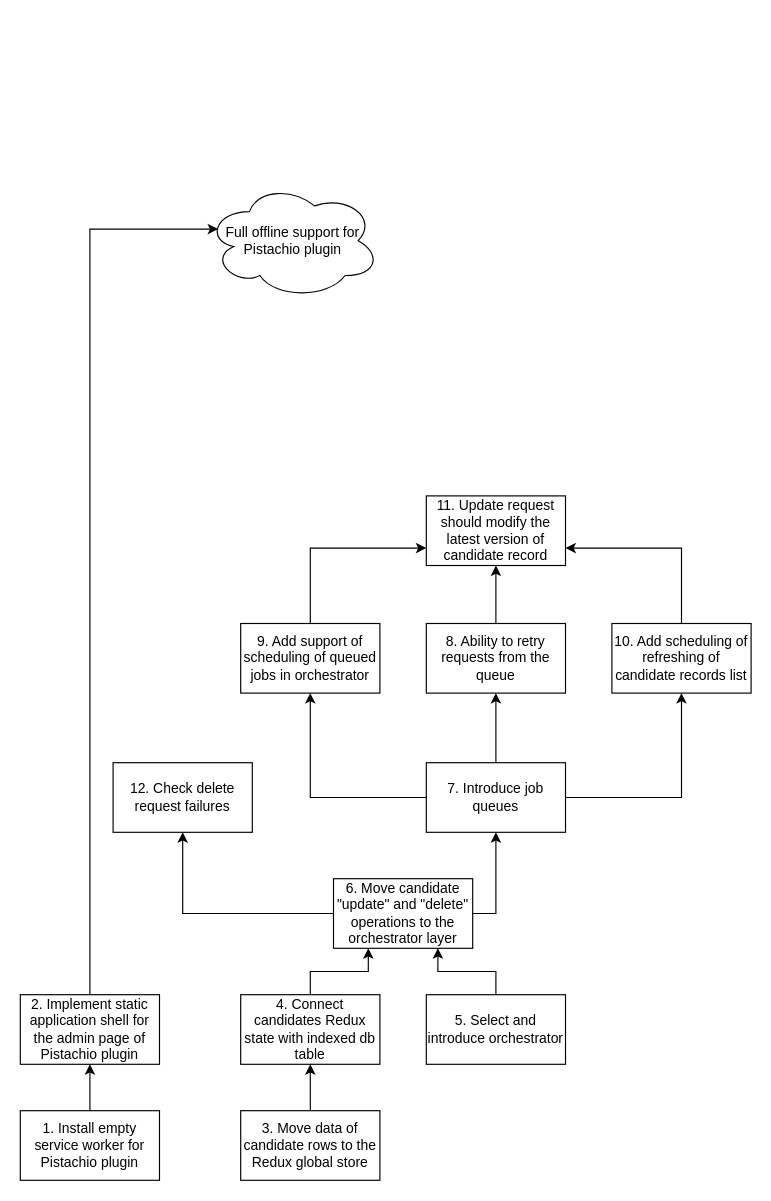
This is high-level/tasks_planning.drawio from AlexeyPopovUA/a8c-diagrams, a draw.io file, before an edit. Source tidied: cells renumbered, new cells numbered last; positions are measured from the earlier drawing's top-left corner, leaving out a move shared by most shapes. Both pictures are drawn from the tidied source at 116%, with x=0, y=0 at pixel (20, 182).
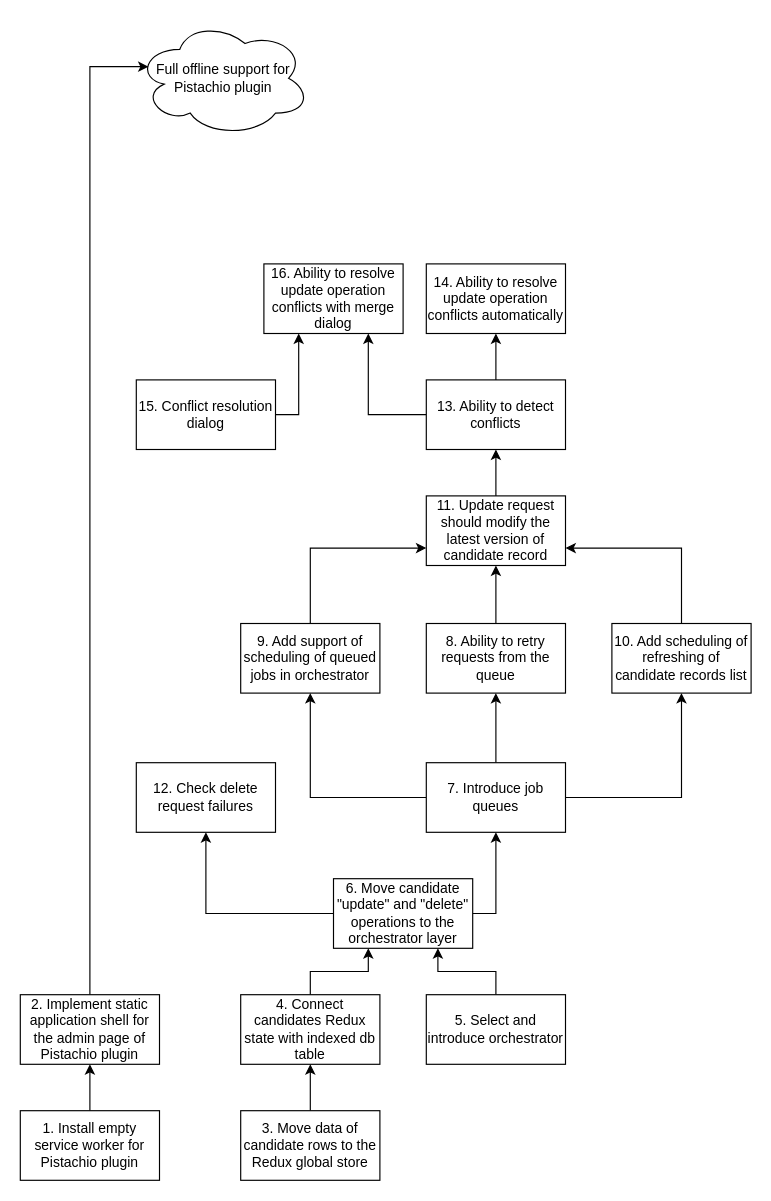
After the change.

Unchanged cells that the change refers to:
```xml
<mxCell id="6" value="2. Implement static application shell for the admin page of Pistachio plugin" style="rounded=0;whiteSpace=wrap;html=1;" parent="1" vertex="1">
  <mxGeometry y="700" width="120" height="60" as="geometry" />
</mxCell>
<mxCell id="26" value="11. Update request should modify the latest version of candidate record" style="rounded=0;whiteSpace=wrap;html=1;" parent="1" vertex="1">
  <mxGeometry x="350" y="270" width="120" height="60" as="geometry" />
</mxCell>
```

Change to the diagram source:
```diff
@@
     <mxCell id="2" value="Full offline support for Pistachio plugin" style="ellipse;shape=cloud;whiteSpace=wrap;html=1;" parent="1" vertex="1">
-      <mxGeometry x="160" width="150" height="100" as="geometry" />
+      <mxGeometry x="100" y="-140" width="150" height="100" as="geometry" />
     </mxCell>
@@
     <mxCell id="5" style="edgeStyle=orthogonalEdgeStyle;rounded=0;jettySize=auto;html=1;entryX=0.07;entryY=0.4;entryDx=0;entryDy=0;entryPerimeter=0;exitX=0.5;exitY=0;exitDx=0;exitDy=0;" parent="1" edge="1" source="6" target="2">
       <mxGeometry relative="1" as="geometry">
         <Array as="points">
-          <mxPoint x="60" y="40" />
+          <mxPoint x="60" y="-100" />
         </Array>
       </mxGeometry>
     </mxCell>
@@
+    <mxCell id="28" style="edgeStyle=orthogonalEdgeStyle;rounded=0;jettySize=auto;html=1;entryX=0.5;entryY=1;entryDx=0;entryDy=0;" parent="1" edge="1" source="26" target="31">
+      <mxGeometry relative="1" as="geometry" />
+    </mxCell>
@@
     <mxCell id="27" value="12. Check delete request failures" style="rounded=0;whiteSpace=wrap;html=1;" parent="1" vertex="1">
-      <mxGeometry x="80" y="500" width="120" height="60" as="geometry" />
+      <mxGeometry x="100" y="500" width="120" height="60" as="geometry" />
     </mxCell>
+    <mxCell id="29" style="edgeStyle=orthogonalEdgeStyle;rounded=0;jettySize=auto;html=1;entryX=0.5;entryY=1;entryDx=0;entryDy=0;" parent="1" edge="1" source="31" target="32">
+      <mxGeometry relative="1" as="geometry" />
+    </mxCell>
+    <mxCell id="30" style="edgeStyle=orthogonalEdgeStyle;rounded=0;jettySize=auto;html=1;entryX=0.75;entryY=1;entryDx=0;entryDy=0;" parent="1" edge="1" source="31" target="35">
+      <mxGeometry relative="1" as="geometry" />
+    </mxCell>
+    <mxCell id="31" value="13. Ability to detect conflicts" style="rounded=0;whiteSpace=wrap;html=1;" parent="1" vertex="1">
+      <mxGeometry x="350" y="170" width="120" height="60" as="geometry" />
+    </mxCell>
+    <mxCell id="32" value="14. Ability to resolve update operation conflicts automatically" style="rounded=0;whiteSpace=wrap;html=1;" parent="1" vertex="1">
+      <mxGeometry x="350" y="70" width="120" height="60" as="geometry" />
+    </mxCell>
+    <mxCell id="33" style="edgeStyle=orthogonalEdgeStyle;rounded=0;jettySize=auto;html=1;entryX=0.25;entryY=1;entryDx=0;entryDy=0;exitX=1;exitY=0.5;exitDx=0;exitDy=0;" parent="1" edge="1" source="34" target="35">
+      <mxGeometry relative="1" as="geometry" />
+    </mxCell>
+    <mxCell id="34" value="15. Conflict resolution dialog" style="rounded=0;whiteSpace=wrap;html=1;" parent="1" vertex="1">
+      <mxGeometry x="100" y="170" width="120" height="60" as="geometry" />
+    </mxCell>
+    <mxCell id="35" value="16. Ability to resolve update operation conflicts with merge dialog" style="rounded=0;whiteSpace=wrap;html=1;" parent="1" vertex="1">
+      <mxGeometry x="210" y="70" width="120" height="60" as="geometry" />
+    </mxCell>
```
